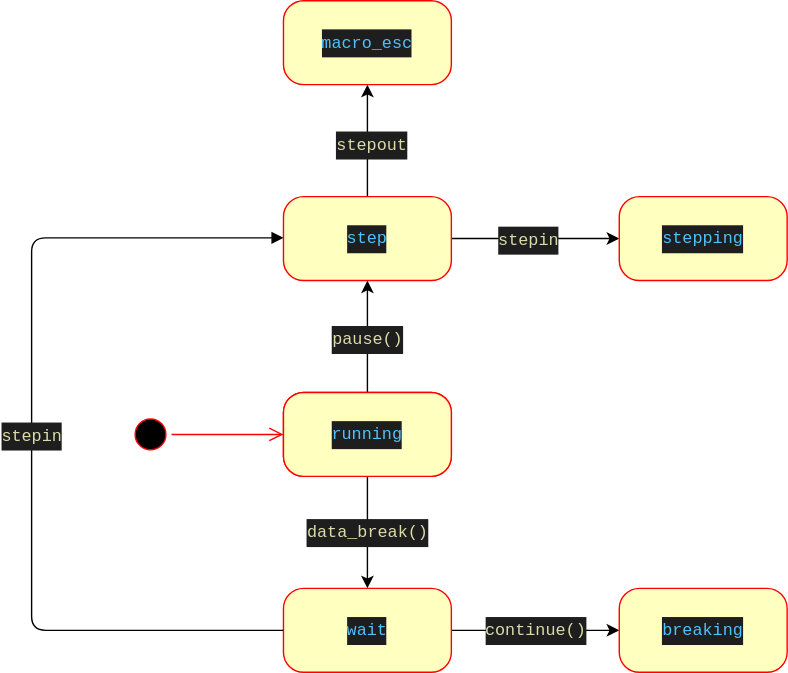
famibee/SKYNovel-vscode-extension keeps this draw.io diagram as res/img/breakState.svg. Above is the earlier version. Source tidied: cells renumbered, new cells last; positions are measured from the earlier drawing's top-left corner, leaving out a move shared by most shapes.
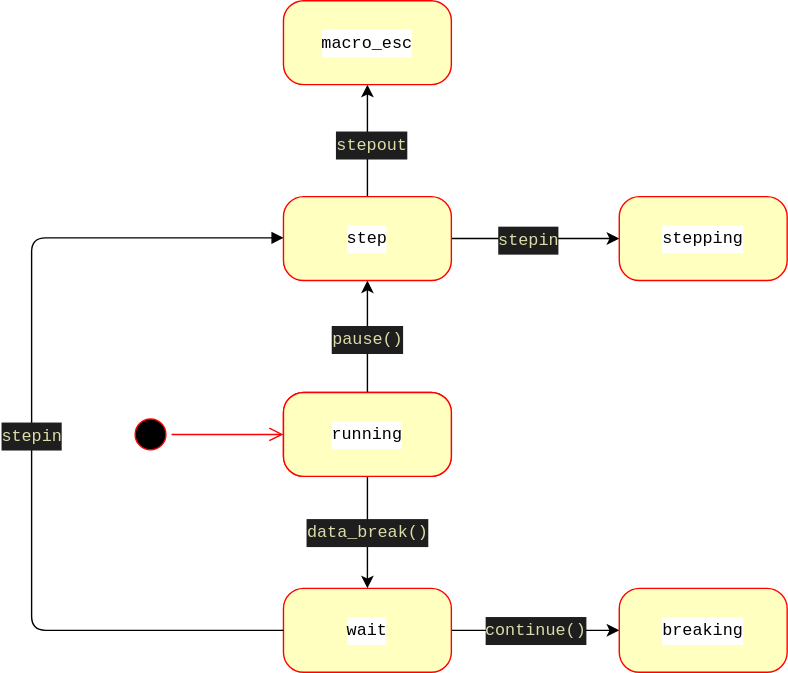
Later version of the same file.

Commit message:
breakState.svg を更新します

The edit, as a diff of the source:
```diff
@@ -20,7 +20,7 @@
     <mxCell id="7" value="&lt;div style=&quot;color: rgb(212 , 212 , 212) ; background-color: rgb(30 , 30 , 30) ; font-family: &amp;#34;menlo&amp;#34; , &amp;#34;monaco&amp;#34; , &amp;#34;courier new&amp;#34; , monospace ; font-size: 12px ; line-height: 20px&quot;&gt;&lt;span style=&quot;color: #dcdcaa&quot;&gt;pause()&lt;/span&gt;&lt;/div&gt;" style="edgeLabel;html=1;align=center;verticalAlign=middle;" parent="6" vertex="1">
       <mxGeometry x="-0.03" y="1" relative="1" as="geometry" />
     </mxCell>
-    <mxCell id="8" value="&lt;div style=&quot;color: rgb(212 , 212 , 212) ; background-color: rgb(30 , 30 , 30) ; font-family: &amp;#34;menlo&amp;#34; , &amp;#34;monaco&amp;#34; , &amp;#34;courier new&amp;#34; , monospace ; line-height: 20px&quot;&gt;&lt;span style=&quot;color: #4fc1ff&quot;&gt;running&lt;/span&gt;&lt;/div&gt;" style="rounded=1;whiteSpace=wrap;html=1;arcSize=24;fillColor=#ffffc0;strokeColor=#ff0000;shadow=0;comic=0;labelBackgroundColor=none;fontFamily=Verdana;fontSize=12;fontColor=#000000;align=center;" parent="1" vertex="1">
+    <mxCell id="8" value="&lt;div style=&quot;font-family: menlo, monaco, &amp;quot;courier new&amp;quot;, monospace; line-height: 20px;&quot;&gt;&lt;span style=&quot;&quot;&gt;running&lt;/span&gt;&lt;/div&gt;" style="rounded=1;whiteSpace=wrap;html=1;arcSize=24;fillColor=#ffffc0;strokeColor=#ff0000;shadow=0;comic=0;labelBackgroundColor=#ffffff;fontFamily=Verdana;fontSize=12;align=center;" parent="1" vertex="1">
       <mxGeometry x="180" y="280" width="120" height="60" as="geometry" />
     </mxCell>
     <mxCell id="9" style="edgeStyle=orthogonalEdgeStyle;rounded=0;jettySize=auto;html=1;" parent="1" edge="1" source="11" target="12">
@@ -29,10 +29,10 @@
     <mxCell id="10" value="&lt;div style=&quot;color: rgb(212 , 212 , 212) ; background-color: rgb(30 , 30 , 30) ; font-family: &amp;#34;menlo&amp;#34; , &amp;#34;monaco&amp;#34; , &amp;#34;courier new&amp;#34; , monospace ; font-size: 12px ; line-height: 20px&quot;&gt;&lt;span style=&quot;color: #dcdcaa&quot;&gt;continue()&lt;/span&gt;&lt;/div&gt;" style="edgeLabel;html=1;align=center;verticalAlign=middle;" parent="9" vertex="1">
       <mxGeometry x="-0.03" y="1" relative="1" as="geometry" />
     </mxCell>
-    <mxCell id="11" value="&lt;div style=&quot;color: rgb(212 , 212 , 212) ; background-color: rgb(30 , 30 , 30) ; font-family: &amp;#34;menlo&amp;#34; , &amp;#34;monaco&amp;#34; , &amp;#34;courier new&amp;#34; , monospace ; line-height: 20px&quot;&gt;&lt;div style=&quot;font-family: &amp;#34;menlo&amp;#34; , &amp;#34;monaco&amp;#34; , &amp;#34;courier new&amp;#34; , monospace ; line-height: 20px&quot;&gt;&lt;span style=&quot;color: #4fc1ff&quot;&gt;wait&lt;/span&gt;&lt;/div&gt;&lt;/div&gt;" style="rounded=1;whiteSpace=wrap;html=1;arcSize=24;fillColor=#ffffc0;strokeColor=#ff0000;shadow=0;comic=0;labelBackgroundColor=none;fontFamily=Verdana;fontSize=12;fontColor=#000000;align=center;" parent="1" vertex="1">
+    <mxCell id="11" value="&lt;div style=&quot;font-family: menlo, monaco, &amp;quot;courier new&amp;quot;, monospace; line-height: 20px;&quot;&gt;&lt;div style=&quot;font-family: &amp;quot;menlo&amp;quot; , &amp;quot;monaco&amp;quot; , &amp;quot;courier new&amp;quot; , monospace ; line-height: 20px&quot;&gt;&lt;span style=&quot;&quot;&gt;wait&lt;/span&gt;&lt;/div&gt;&lt;/div&gt;" style="rounded=1;whiteSpace=wrap;html=1;arcSize=24;fillColor=#ffffc0;strokeColor=#ff0000;shadow=0;comic=0;labelBackgroundColor=#ffffff;fontFamily=Verdana;fontSize=12;align=center;" parent="1" vertex="1">
       <mxGeometry x="180" y="420" width="120" height="60" as="geometry" />
     </mxCell>
-    <mxCell id="12" value="&lt;div style=&quot;color: rgb(212 , 212 , 212) ; background-color: rgb(30 , 30 , 30) ; font-family: &amp;#34;menlo&amp;#34; , &amp;#34;monaco&amp;#34; , &amp;#34;courier new&amp;#34; , monospace ; line-height: 20px&quot;&gt;&lt;div style=&quot;font-family: &amp;#34;menlo&amp;#34; , &amp;#34;monaco&amp;#34; , &amp;#34;courier new&amp;#34; , monospace ; line-height: 20px&quot;&gt;&lt;div style=&quot;font-family: &amp;#34;menlo&amp;#34; , &amp;#34;monaco&amp;#34; , &amp;#34;courier new&amp;#34; , monospace ; line-height: 20px&quot;&gt;&lt;span style=&quot;color: #4fc1ff&quot;&gt;breaking&lt;/span&gt;&lt;/div&gt;&lt;/div&gt;&lt;/div&gt;" style="rounded=1;whiteSpace=wrap;html=1;arcSize=24;fillColor=#ffffc0;strokeColor=#ff0000;shadow=0;comic=0;labelBackgroundColor=none;fontFamily=Verdana;fontSize=12;fontColor=#000000;align=center;" parent="1" vertex="1">
+    <mxCell id="12" value="&lt;div style=&quot;font-family: menlo, monaco, &amp;quot;courier new&amp;quot;, monospace; line-height: 20px;&quot;&gt;&lt;div style=&quot;font-family: &amp;quot;menlo&amp;quot; , &amp;quot;monaco&amp;quot; , &amp;quot;courier new&amp;quot; , monospace ; line-height: 20px&quot;&gt;&lt;div style=&quot;font-family: &amp;quot;menlo&amp;quot; , &amp;quot;monaco&amp;quot; , &amp;quot;courier new&amp;quot; , monospace ; line-height: 20px&quot;&gt;&lt;span style=&quot;&quot;&gt;breaking&lt;/span&gt;&lt;/div&gt;&lt;/div&gt;&lt;/div&gt;" style="rounded=1;whiteSpace=wrap;html=1;arcSize=24;fillColor=#ffffc0;strokeColor=#ff0000;shadow=0;comic=0;labelBackgroundColor=#ffffff;fontFamily=Verdana;fontSize=12;align=center;" parent="1" vertex="1">
       <mxGeometry x="420" y="420" width="120" height="60" as="geometry" />
     </mxCell>
     <mxCell id="13" style="edgeStyle=orthogonalEdgeStyle;rounded=0;jettySize=auto;html=1;" parent="1" edge="1" source="17" target="20">
@@ -47,7 +47,7 @@
     <mxCell id="16" value="&lt;div style=&quot;color: rgb(212 , 212 , 212) ; background-color: rgb(30 , 30 , 30) ; font-family: &amp;#34;menlo&amp;#34; , &amp;#34;monaco&amp;#34; , &amp;#34;courier new&amp;#34; , monospace ; font-size: 12px ; line-height: 20px&quot;&gt;&lt;span style=&quot;color: #dcdcaa&quot;&gt;stepout&lt;/span&gt;&lt;/div&gt;" style="edgeLabel;html=1;align=center;verticalAlign=middle;" parent="15" vertex="1">
       <mxGeometry x="-0.05" y="-2" relative="1" as="geometry" />
     </mxCell>
-    <mxCell id="17" value="&lt;div style=&quot;color: rgb(212 , 212 , 212) ; background-color: rgb(30 , 30 , 30) ; font-family: &amp;#34;menlo&amp;#34; , &amp;#34;monaco&amp;#34; , &amp;#34;courier new&amp;#34; , monospace ; line-height: 20px&quot;&gt;&lt;div style=&quot;font-family: &amp;#34;menlo&amp;#34; , &amp;#34;monaco&amp;#34; , &amp;#34;courier new&amp;#34; , monospace ; line-height: 20px&quot;&gt;&lt;span style=&quot;color: #4fc1ff&quot;&gt;step&lt;/span&gt;&lt;/div&gt;&lt;/div&gt;" style="rounded=1;whiteSpace=wrap;html=1;arcSize=24;fillColor=#ffffc0;strokeColor=#ff0000;shadow=0;comic=0;labelBackgroundColor=none;fontFamily=Verdana;fontSize=12;fontColor=#000000;align=center;" parent="1" vertex="1">
+    <mxCell id="17" value="&lt;div style=&quot;font-family: menlo, monaco, &amp;quot;courier new&amp;quot;, monospace; line-height: 20px;&quot;&gt;&lt;div style=&quot;font-family: &amp;quot;menlo&amp;quot; , &amp;quot;monaco&amp;quot; , &amp;quot;courier new&amp;quot; , monospace ; line-height: 20px&quot;&gt;&lt;span style=&quot;&quot;&gt;step&lt;/span&gt;&lt;/div&gt;&lt;/div&gt;" style="rounded=1;whiteSpace=wrap;html=1;arcSize=24;fillColor=#ffffc0;strokeColor=#ff0000;shadow=0;comic=0;labelBackgroundColor=#ffffff;fontFamily=Verdana;fontSize=12;align=center;" parent="1" vertex="1">
       <mxGeometry x="180" y="140" width="120" height="60" as="geometry" />
     </mxCell>
     <mxCell id="18" style="endArrow=block;endFill=1;html=1;edgeStyle=orthogonalEdgeStyle;align=left;verticalAlign=top;exitX=0;exitY=0.5;exitDx=0;exitDy=0;" parent="1" edge="1" source="11">
@@ -64,10 +64,10 @@
         <mxPoint y="-11" as="offset" />
       </mxGeometry>
     </mxCell>
-    <mxCell id="20" value="&lt;div style=&quot;color: rgb(212 , 212 , 212) ; background-color: rgb(30 , 30 , 30) ; font-family: &amp;#34;menlo&amp;#34; , &amp;#34;monaco&amp;#34; , &amp;#34;courier new&amp;#34; , monospace ; line-height: 20px&quot;&gt;&lt;div style=&quot;font-family: &amp;#34;menlo&amp;#34; , &amp;#34;monaco&amp;#34; , &amp;#34;courier new&amp;#34; , monospace ; line-height: 20px&quot;&gt;&lt;div style=&quot;font-family: &amp;#34;menlo&amp;#34; , &amp;#34;monaco&amp;#34; , &amp;#34;courier new&amp;#34; , monospace ; line-height: 20px&quot;&gt;&lt;span style=&quot;color: #4fc1ff&quot;&gt;stepping&lt;/span&gt;&lt;/div&gt;&lt;/div&gt;&lt;/div&gt;" style="rounded=1;whiteSpace=wrap;html=1;arcSize=24;fillColor=#ffffc0;strokeColor=#ff0000;shadow=0;comic=0;labelBackgroundColor=none;fontFamily=Verdana;fontSize=12;fontColor=#000000;align=center;" parent="1" vertex="1">
+    <mxCell id="20" value="&lt;div style=&quot;font-family: menlo, monaco, &amp;quot;courier new&amp;quot;, monospace; line-height: 20px;&quot;&gt;&lt;div style=&quot;font-family: &amp;quot;menlo&amp;quot; , &amp;quot;monaco&amp;quot; , &amp;quot;courier new&amp;quot; , monospace ; line-height: 20px&quot;&gt;&lt;div style=&quot;font-family: &amp;quot;menlo&amp;quot; , &amp;quot;monaco&amp;quot; , &amp;quot;courier new&amp;quot; , monospace ; line-height: 20px&quot;&gt;&lt;span style=&quot;&quot;&gt;stepping&lt;/span&gt;&lt;/div&gt;&lt;/div&gt;&lt;/div&gt;" style="rounded=1;whiteSpace=wrap;html=1;arcSize=24;fillColor=#ffffc0;strokeColor=#ff0000;shadow=0;comic=0;labelBackgroundColor=#ffffff;fontFamily=Verdana;fontSize=12;align=center;" parent="1" vertex="1">
       <mxGeometry x="420" y="140" width="120" height="60" as="geometry" />
     </mxCell>
-    <mxCell id="21" value="&lt;div style=&quot;color: rgb(212 , 212 , 212) ; background-color: rgb(30 , 30 , 30) ; font-family: &amp;#34;menlo&amp;#34; , &amp;#34;monaco&amp;#34; , &amp;#34;courier new&amp;#34; , monospace ; line-height: 20px&quot;&gt;&lt;div style=&quot;font-family: &amp;#34;menlo&amp;#34; , &amp;#34;monaco&amp;#34; , &amp;#34;courier new&amp;#34; , monospace ; line-height: 20px&quot;&gt;&lt;div style=&quot;font-family: &amp;#34;menlo&amp;#34; , &amp;#34;monaco&amp;#34; , &amp;#34;courier new&amp;#34; , monospace ; line-height: 20px&quot;&gt;&lt;span style=&quot;color: #4fc1ff&quot;&gt;macro_esc&lt;/span&gt;&lt;/div&gt;&lt;/div&gt;&lt;/div&gt;" style="rounded=1;whiteSpace=wrap;html=1;arcSize=24;fillColor=#ffffc0;strokeColor=#ff0000;shadow=0;comic=0;labelBackgroundColor=none;fontFamily=Verdana;fontSize=12;fontColor=#000000;align=center;" parent="1" vertex="1">
+    <mxCell id="21" value="&lt;div style=&quot;font-family: menlo, monaco, &amp;quot;courier new&amp;quot;, monospace; line-height: 20px;&quot;&gt;&lt;div style=&quot;font-family: &amp;quot;menlo&amp;quot; , &amp;quot;monaco&amp;quot; , &amp;quot;courier new&amp;quot; , monospace ; line-height: 20px&quot;&gt;&lt;div style=&quot;font-family: &amp;quot;menlo&amp;quot; , &amp;quot;monaco&amp;quot; , &amp;quot;courier new&amp;quot; , monospace ; line-height: 20px&quot;&gt;&lt;span style=&quot;&quot;&gt;macro_esc&lt;/span&gt;&lt;/div&gt;&lt;/div&gt;&lt;/div&gt;" style="rounded=1;whiteSpace=wrap;html=1;arcSize=24;fillColor=#ffffc0;strokeColor=#ff0000;shadow=0;comic=0;labelBackgroundColor=#ffffff;fontFamily=Verdana;fontSize=12;align=center;" parent="1" vertex="1">
       <mxGeometry x="180" width="120" height="60" as="geometry" />
     </mxCell>
   </root>
```
